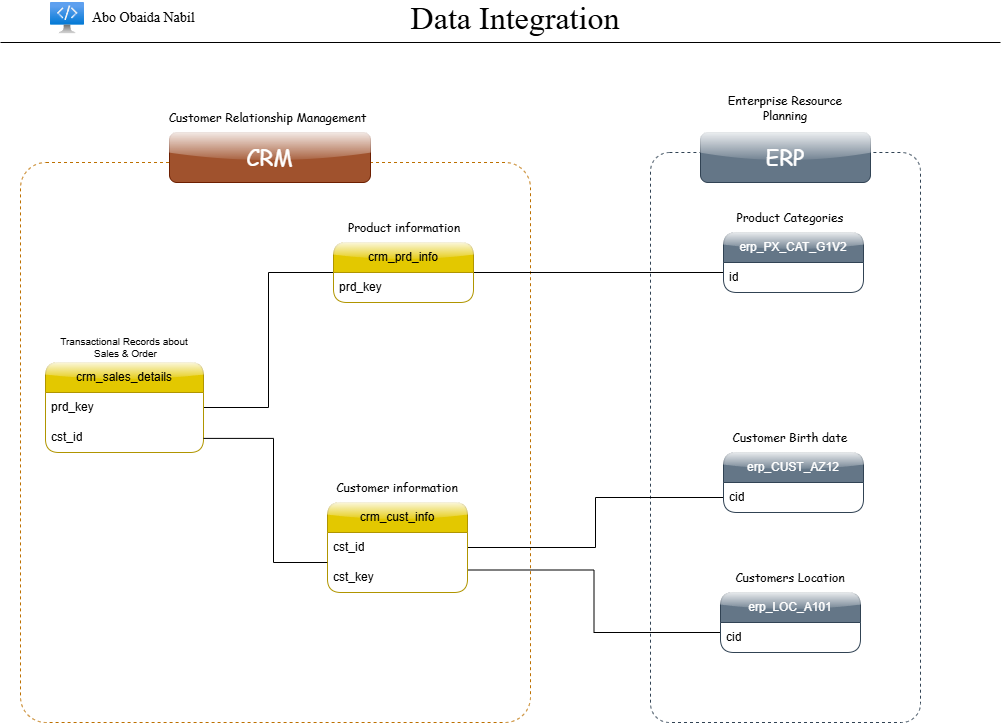
The draw.io diagram docs/Data Integration.png in Abobaida/SQL-Data-Warehouse-Project, before a commit. Source tidied: cells renumbered, new cells last; positions are measured from the earlier drawing's top-left corner, leaving out a move shared by most shapes.
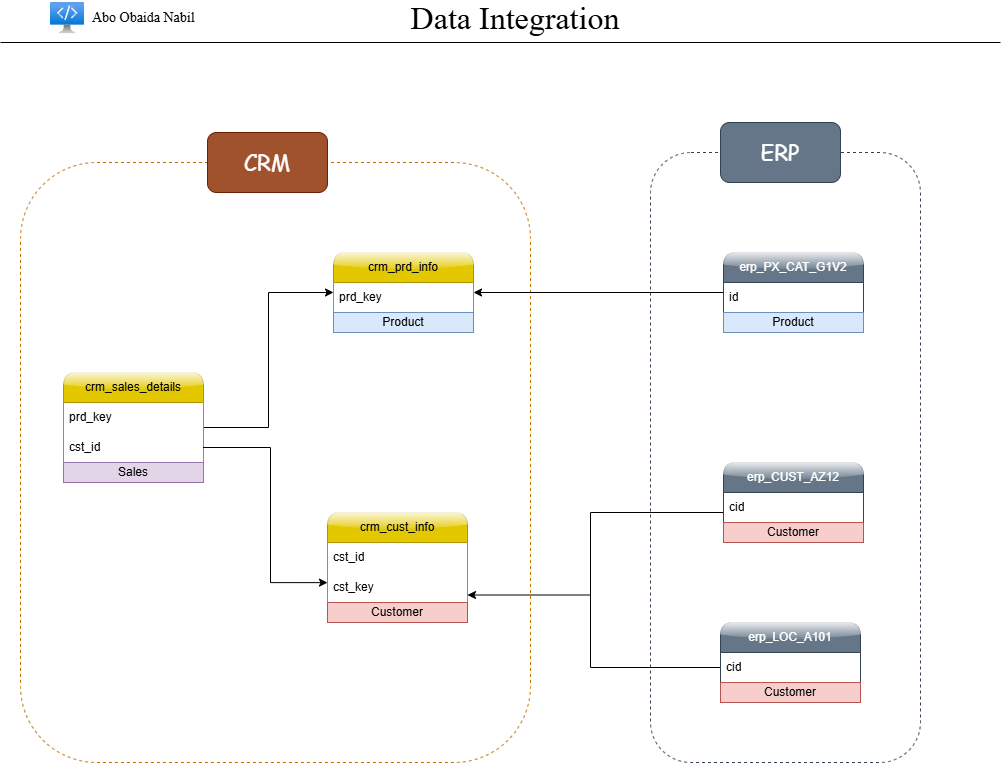
The same diagram one commit later.

Change to the diagram source:
```diff
@@ -2,11 +2,11 @@
   <root>
     <mxCell id="0" />
     <mxCell id="1" parent="0" />
-    <mxCell id="2" style="rounded=1;whiteSpace=wrap;html=1;roundedPerimeter=1;fillColor=none;fontColor=#ffffff;strokeColor=#314354;glass=1;dashed=1;arcSize=7;" parent="1" vertex="1">
-      <mxGeometry x="650" y="150" width="270" height="570" as="geometry" />
+    <mxCell id="2" style="rounded=1;whiteSpace=wrap;html=1;fillColor=none;fontColor=#ffffff;strokeColor=#314354;glass=1;dashed=1;roundedPerimeter=1;" parent="1" vertex="1">
+      <mxGeometry x="650" y="150" width="270" height="610" as="geometry" />
     </mxCell>
-    <mxCell id="3" style="rounded=1;whiteSpace=wrap;html=1;fillColor=none;dashed=1;fontColor=#000000;strokeColor=#BD7000;glass=1;roundedPerimeter=1;arcSize=5;" parent="1" vertex="1">
-      <mxGeometry x="20" y="160" width="510" height="560" as="geometry" />
+    <mxCell id="3" style="rounded=1;whiteSpace=wrap;html=1;roundedPerimeter=1;fillColor=none;dashed=1;fontColor=#000000;strokeColor=#BD7000;glass=1;" parent="1" vertex="1">
+      <mxGeometry x="20" y="160" width="510" height="600" as="geometry" />
     </mxCell>
     <mxCell id="4" value="&lt;font face=&quot;Times New Roman&quot; style=&quot;font-size: 32px;&quot;&gt;Data Integration&lt;/font&gt;" style="text;html=1;whiteSpace=wrap;strokeColor=none;fillColor=none;align=center;verticalAlign=middle;rounded=0;" parent="1" vertex="1">
       <mxGeometry x="360" y="1.4" width="310" height="30" as="geometry" />
@@ -20,35 +20,34 @@
     <mxCell id="6" value="Abo Obaida Nabil&amp;nbsp;" style="text;html=1;whiteSpace=wrap;strokeColor=none;fillColor=none;align=center;verticalAlign=middle;rounded=0;fontFamily=Times New Roman;fontSize=14;" parent="1" vertex="1">
       <mxGeometry x="66" y="1.4" width="158" height="30" as="geometry" />
     </mxCell>
-    <mxCell id="7" style="image;html=1;align=center;fontSize=12;image=img/lib/azure2/other/Defender_Engineering_Station.svg;sketch=1;curveFitting=1;jiggle=2;" parent="1" vertex="1">
+    <mxCell id="7" style="image;html=1;align=center;fontSize=12;image=img/lib/azure2/other/Defender_Engineering_Station.svg;" parent="1" vertex="1">
       <mxGeometry x="50" width="34" height="31.4" as="geometry" />
     </mxCell>
-    <mxCell id="8" style="edgeStyle=orthogonalEdgeStyle;rounded=0;jettySize=auto;html=1;endArrow=none;endFill=0;entryX=0;entryY=0.5;entryDx=0;entryDy=0;" parent="1" edge="1" source="9" target="18">
+    <mxCell id="8" style="edgeStyle=orthogonalEdgeStyle;rounded=0;jettySize=auto;html=1;endArrow=classic;endFill=1;entryX=0;entryY=0.5;entryDx=0;entryDy=0;" parent="1" edge="1" source="9" target="18">
       <mxGeometry relative="1" as="geometry" />
     </mxCell>
     <mxCell id="9" value="crm_sales_details" style="swimlane;fontStyle=0;horizontal=1;startSize=30;whiteSpace=wrap;html=1;rounded=1;roundedPerimeter=1;fillColor=#e3c800;fontColor=#000000;strokeColor=#B09500;glass=1;" parent="1" vertex="1">
-      <mxGeometry x="45" y="360" width="158" height="90" as="geometry" />
+      <mxGeometry x="63" y="370" width="140" height="110" as="geometry" />
     </mxCell>
     <mxCell id="10" value="prd_key" style="text;strokeColor=none;fillColor=none;align=left;verticalAlign=middle;spacingLeft=4;spacingRight=4;overflow=hidden;whiteSpace=wrap;html=1;" parent="9" vertex="1">
-      <mxGeometry y="30" width="158" height="30" as="geometry" />
+      <mxGeometry y="30" width="140" height="30" as="geometry" />
     </mxCell>
     <mxCell id="11" value="cst_id" style="text;strokeColor=none;fillColor=none;align=left;verticalAlign=middle;spacingLeft=4;spacingRight=4;overflow=hidden;whiteSpace=wrap;html=1;" parent="9" vertex="1">
-      <mxGeometry y="60" width="158" height="30" as="geometry" />
+      <mxGeometry y="60" width="140" height="30" as="geometry" />
     </mxCell>
-    <mxCell id="12" style="edgeStyle=orthogonalEdgeStyle;rounded=0;jettySize=auto;html=1;entryX=0;entryY=0.5;entryDx=0;entryDy=0;endArrow=none;endFill=0;" parent="1" edge="1" source="14" target="23">
-      <mxGeometry relative="1" as="geometry" />
-    </mxCell>
+    <mxCell id="37" value="Sales" style="text;html=1;strokeColor=#9673a6;fillColor=#e1d5e7;align=center;verticalAlign=middle;whiteSpace=wrap;overflow=hidden;" parent="9" vertex="1">
+      <mxGeometry y="90" width="140" height="20" as="geometry" />
+    </mxCell>
-    <mxCell id="13" style="edgeStyle=orthogonalEdgeStyle;rounded=0;jettySize=auto;html=1;exitX=1;exitY=0.75;exitDx=0;exitDy=0;entryX=0;entryY=0.5;entryDx=0;entryDy=0;endArrow=none;endFill=0;" parent="1" edge="1" source="14" target="26">
+    <mxCell id="13" style="edgeStyle=orthogonalEdgeStyle;rounded=0;jettySize=auto;html=1;exitX=1;exitY=0.75;exitDx=0;exitDy=0;entryX=0;entryY=0.5;entryDx=0;entryDy=0;endArrow=none;endFill=0;startArrow=classic;startFill=1;" parent="1" edge="1" source="14" target="26">
       <mxGeometry relative="1" as="geometry">
         <Array as="points">
-          <mxPoint x="593.5" y="567.5" />
-          <mxPoint x="593.5" y="630" />
-          <mxPoint x="720" y="630" />
+          <mxPoint x="590" y="592.5" />
+          <mxPoint x="590" y="665" />
         </Array>
       </mxGeometry>
     </mxCell>
     <mxCell id="14" value="crm_cust_info" style="swimlane;fontStyle=0;horizontal=1;startSize=30;whiteSpace=wrap;html=1;rounded=1;roundedPerimeter=1;fillColor=#e3c800;fontColor=#000000;strokeColor=#B09500;glass=1;" parent="1" vertex="1">
-      <mxGeometry x="327" y="500" width="140" height="90" as="geometry" />
+      <mxGeometry x="327" y="510" width="140" height="110" as="geometry" />
     </mxCell>
     <mxCell id="15" value="cst_id" style="text;strokeColor=none;fillColor=none;align=left;verticalAlign=middle;spacingLeft=4;spacingRight=4;overflow=hidden;whiteSpace=wrap;html=1;" parent="14" vertex="1">
       <mxGeometry y="30" width="140" height="30" as="geometry" />
@@ -56,76 +55,69 @@
     <mxCell id="16" value="cst_key" style="text;strokeColor=none;fillColor=none;align=left;verticalAlign=middle;spacingLeft=4;spacingRight=4;overflow=hidden;whiteSpace=wrap;html=1;" parent="14" vertex="1">
       <mxGeometry y="60" width="140" height="30" as="geometry" />
     </mxCell>
+    <mxCell id="38" value="Customer" style="text;html=1;strokeColor=#b85450;fillColor=#f8cecc;align=center;verticalAlign=middle;whiteSpace=wrap;overflow=hidden;" parent="14" vertex="1">
+      <mxGeometry y="90" width="140" height="20" as="geometry" />
+    </mxCell>
-    <mxCell id="17" style="edgeStyle=orthogonalEdgeStyle;rounded=0;jettySize=auto;html=1;entryX=0;entryY=0.5;entryDx=0;entryDy=0;endArrow=none;endFill=0;" parent="1" edge="1" source="18" target="21">
-      <mxGeometry x="-0.06" relative="1" as="geometry">
-        <Array as="points">
-          <mxPoint x="723" y="270" />
-        </Array>
-      </mxGeometry>
+    <mxCell id="17" style="edgeStyle=orthogonalEdgeStyle;rounded=0;jettySize=auto;html=1;entryX=0;entryY=0.5;entryDx=0;entryDy=0;endArrow=none;endFill=0;startArrow=classic;startFill=1;" parent="1" edge="1" source="18" target="20">
+      <mxGeometry relative="1" as="geometry" />
     </mxCell>
     <mxCell id="18" value="crm_prd_info" style="swimlane;fontStyle=0;horizontal=1;startSize=30;whiteSpace=wrap;html=1;rounded=1;roundedPerimeter=1;fillColor=#e3c800;fontColor=#000000;strokeColor=#B09500;glass=1;" parent="1" vertex="1">
-      <mxGeometry x="333" y="240" width="140" height="60" as="geometry" />
+      <mxGeometry x="333" y="250" width="140" height="80" as="geometry" />
     </mxCell>
     <mxCell id="19" value="prd_key" style="text;strokeColor=none;fillColor=none;align=left;verticalAlign=middle;spacingLeft=4;spacingRight=4;overflow=hidden;whiteSpace=wrap;html=1;" parent="18" vertex="1">
       <mxGeometry y="30" width="140" height="30" as="geometry" />
     </mxCell>
+    <mxCell id="39" value="Product" style="text;html=1;strokeColor=#6c8ebf;fillColor=#dae8fc;align=center;verticalAlign=middle;whiteSpace=wrap;overflow=hidden;" parent="18" vertex="1">
+      <mxGeometry y="60" width="140" height="20" as="geometry" />
+    </mxCell>
     <mxCell id="20" value="erp_PX_CAT_G1V2" style="swimlane;fontStyle=0;horizontal=1;startSize=30;whiteSpace=wrap;html=1;rounded=1;roundedPerimeter=1;fillColor=#647687;fontColor=#ffffff;strokeColor=#314354;glass=1;" parent="1" vertex="1">
-      <mxGeometry x="723" y="230" width="140" height="60" as="geometry" />
+      <mxGeometry x="723" y="250" width="140" height="80" as="geometry" />
     </mxCell>
     <mxCell id="21" value="id" style="text;strokeColor=none;fillColor=none;align=left;verticalAlign=middle;spacingLeft=4;spacingRight=4;overflow=hidden;points=[[0,0.5],[1,0.5]];portConstraint=eastwest;whiteSpace=wrap;html=1;" parent="20" vertex="1">
       <mxGeometry y="30" width="140" height="30" as="geometry" />
     </mxCell>
+    <mxCell id="40" value="Product" style="text;html=1;strokeColor=#6c8ebf;fillColor=#dae8fc;align=center;verticalAlign=middle;whiteSpace=wrap;overflow=hidden;" parent="20" vertex="1">
+      <mxGeometry y="60" width="140" height="20" as="geometry" />
+    </mxCell>
+    <mxCell id="41" style="edgeStyle=orthogonalEdgeStyle;rounded=0;orthogonalLoop=1;jettySize=auto;html=1;exitX=0;exitY=0.5;exitDx=0;exitDy=0;endArrow=none;endFill=0;" parent="1" edge="1">
+      <mxGeometry relative="1" as="geometry">
+        <mxPoint x="723" y="510" as="sourcePoint" />
+        <mxPoint x="590" y="600" as="targetPoint" />
+      </mxGeometry>
+    </mxCell>
     <mxCell id="22" value="erp_CUST_AZ12" style="swimlane;fontStyle=0;horizontal=1;startSize=30;whiteSpace=wrap;html=1;rounded=1;roundedPerimeter=1;fillColor=#647687;fontColor=#ffffff;strokeColor=#314354;glass=1;" parent="1" vertex="1">
-      <mxGeometry x="723" y="450" width="140" height="60" as="geometry" />
+      <mxGeometry x="723" y="460" width="140" height="80" as="geometry" />
     </mxCell>
     <mxCell id="23" value="cid" style="text;strokeColor=none;fillColor=none;align=left;verticalAlign=middle;spacingLeft=4;spacingRight=4;overflow=hidden;points=[[0,0.5],[1,0.5]];portConstraint=eastwest;whiteSpace=wrap;html=1;" parent="22" vertex="1">
       <mxGeometry y="30" width="140" height="30" as="geometry" />
     </mxCell>
+    <mxCell id="42" value="Customer" style="text;html=1;strokeColor=#b85450;fillColor=#f8cecc;align=center;verticalAlign=middle;whiteSpace=wrap;overflow=hidden;" parent="22" vertex="1">
+      <mxGeometry y="60" width="140" height="20" as="geometry" />
+    </mxCell>
-    <mxCell id="24" style="edgeStyle=orthogonalEdgeStyle;rounded=0;orthogonalLoop=1;jettySize=auto;html=1;exitX=1;exitY=0.5;exitDx=0;exitDy=0;endArrow=none;endFill=0;entryX=-0.002;entryY=-0.03;entryDx=0;entryDy=0;entryPerimeter=0;" parent="1" edge="1">
-      <mxGeometry x="0.06" relative="1" as="geometry">
-        <mxPoint x="203" y="435.9" as="sourcePoint" />
-        <mxPoint x="326.7" y="560" as="targetPoint" />
+    <mxCell id="24" style="edgeStyle=orthogonalEdgeStyle;rounded=0;orthogonalLoop=1;jettySize=auto;html=1;exitX=1;exitY=0.5;exitDx=0;exitDy=0;endArrow=classic;endFill=1;entryX=0.003;entryY=0.338;entryDx=0;entryDy=0;entryPerimeter=0;" parent="1" edge="1">
+      <mxGeometry x="0.01" relative="1" as="geometry">
+        <mxPoint x="202.6" y="445" as="sourcePoint" />
+        <mxPoint x="327" y="580.1" as="targetPoint" />
         <Array as="points">
-          <mxPoint x="273" y="435.9" />
-          <mxPoint x="273" y="560" />
+          <mxPoint x="270" y="445" />
+          <mxPoint x="270" y="580.1" />
         </Array>
       </mxGeometry>
     </mxCell>
     <mxCell id="25" value="erp_LOC_A101" style="swimlane;fontStyle=0;horizontal=1;startSize=30;whiteSpace=wrap;html=1;rounded=1;roundedPerimeter=1;fillColor=#647687;fontColor=#ffffff;strokeColor=#314354;glass=1;" parent="1" vertex="1">
-      <mxGeometry x="720" y="590" width="140" height="60" as="geometry" />
+      <mxGeometry x="720" y="620" width="140" height="80" as="geometry" />
     </mxCell>
     <mxCell id="26" value="cid" style="text;strokeColor=none;fillColor=none;align=left;verticalAlign=middle;spacingLeft=4;spacingRight=4;overflow=hidden;points=[[0,0.5],[1,0.5]];portConstraint=eastwest;whiteSpace=wrap;html=1;" parent="25" vertex="1">
       <mxGeometry y="30" width="140" height="30" as="geometry" />
     </mxCell>
+    <mxCell id="43" value="Customer" style="text;html=1;strokeColor=#b85450;fillColor=#f8cecc;align=center;verticalAlign=middle;whiteSpace=wrap;overflow=hidden;" parent="25" vertex="1">
+      <mxGeometry y="60" width="140" height="20" as="geometry" />
+    </mxCell>
-    <mxCell id="27" value="&lt;font style=&quot;font-size: 22px;&quot; face=&quot;Comic Sans MS&quot;&gt;CRM&lt;/font&gt;" style="rounded=1;whiteSpace=wrap;html=1;roundedPerimeter=1;fillColor=#a0522d;fontColor=#ffffff;strokeColor=#6D1F00;glass=1;" parent="1" vertex="1">
-      <mxGeometry x="169" y="130" width="201" height="50" as="geometry" />
+    <mxCell id="27" value="&lt;font style=&quot;font-size: 22px;&quot; face=&quot;Comic Sans MS&quot;&gt;CRM&lt;/font&gt;" style="rounded=1;whiteSpace=wrap;html=1;roundedPerimeter=1;fillColor=#a0522d;fontColor=#ffffff;strokeColor=#6D1F00;" parent="1" vertex="1">
+      <mxGeometry x="207" y="130" width="120" height="60" as="geometry" />
     </mxCell>
-    <mxCell id="28" value="&lt;font style=&quot;font-size: 22px;&quot; face=&quot;Comic Sans MS&quot;&gt;ERP&lt;/font&gt;" style="rounded=1;whiteSpace=wrap;html=1;roundedPerimeter=1;fillColor=#647687;fontColor=#ffffff;strokeColor=#314354;glass=1;" parent="1" vertex="1">
-      <mxGeometry x="700" y="130" width="170" height="50" as="geometry" />
+    <mxCell id="28" value="&lt;font style=&quot;font-size: 22px;&quot; face=&quot;Comic Sans MS&quot;&gt;ERP&lt;/font&gt;" style="rounded=1;whiteSpace=wrap;html=1;roundedPerimeter=1;fillColor=#647687;fontColor=#ffffff;strokeColor=#314354;" parent="1" vertex="1">
+      <mxGeometry x="720" y="120" width="120" height="60" as="geometry" />
     </mxCell>
-    <mxCell id="29" value="Customer Relationship Management" style="text;html=1;whiteSpace=wrap;strokeColor=none;fillColor=none;align=center;verticalAlign=middle;rounded=0;fontFamily=Comic Sans MS;" parent="1" vertex="1">
-      <mxGeometry x="154.5" y="100" width="225" height="30" as="geometry" />
-    </mxCell>
-    <mxCell id="30" value="Transactional Records about&lt;div&gt;&amp;nbsp;Sales &amp;amp; Order&lt;/div&gt;" style="text;html=1;whiteSpace=wrap;strokeColor=none;fillColor=none;align=center;verticalAlign=middle;rounded=0;fontSize=10;" parent="1" vertex="1">
-      <mxGeometry x="45" y="330" width="158" height="30" as="geometry" />
-    </mxCell>
-    <mxCell id="31" value="Product information" style="text;html=1;whiteSpace=wrap;strokeColor=none;fillColor=none;align=center;verticalAlign=middle;rounded=0;fontFamily=Comic Sans MS;" parent="1" vertex="1">
-      <mxGeometry x="344" y="210" width="120" height="30" as="geometry" />
-    </mxCell>
-    <mxCell id="32" value="Customer information" style="text;html=1;whiteSpace=wrap;strokeColor=none;fillColor=none;align=center;verticalAlign=middle;rounded=0;fontFamily=Comic Sans MS;" parent="1" vertex="1">
-      <mxGeometry x="335" y="470" width="124" height="30" as="geometry" />
-    </mxCell>
-    <mxCell id="33" value="Enterprise Resource Planning" style="text;html=1;whiteSpace=wrap;strokeColor=none;fillColor=none;align=center;verticalAlign=middle;rounded=0;fontFamily=Comic Sans MS;" parent="1" vertex="1">
-      <mxGeometry x="710" y="90" width="150" height="30" as="geometry" />
-    </mxCell>
-    <mxCell id="34" value="Product Categories" style="text;html=1;whiteSpace=wrap;strokeColor=none;fillColor=none;align=center;verticalAlign=middle;rounded=0;fontFamily=Comic Sans MS;" parent="1" vertex="1">
-      <mxGeometry x="730" y="200" width="120" height="30" as="geometry" />
-    </mxCell>
-    <mxCell id="35" value="Customer Birth date" style="text;html=1;whiteSpace=wrap;strokeColor=none;fillColor=none;align=center;verticalAlign=middle;rounded=0;fontFamily=Comic Sans MS;" parent="1" vertex="1">
-      <mxGeometry x="730" y="420" width="120" height="30" as="geometry" />
-    </mxCell>
-    <mxCell id="36" value="Customers Location" style="text;html=1;whiteSpace=wrap;strokeColor=none;fillColor=none;align=center;verticalAlign=middle;rounded=0;fontFamily=Comic Sans MS;" parent="1" vertex="1">
-      <mxGeometry x="730" y="560" width="120" height="30" as="geometry" />
-    </mxCell>
   </root>
 </mxGraphModel>
```
